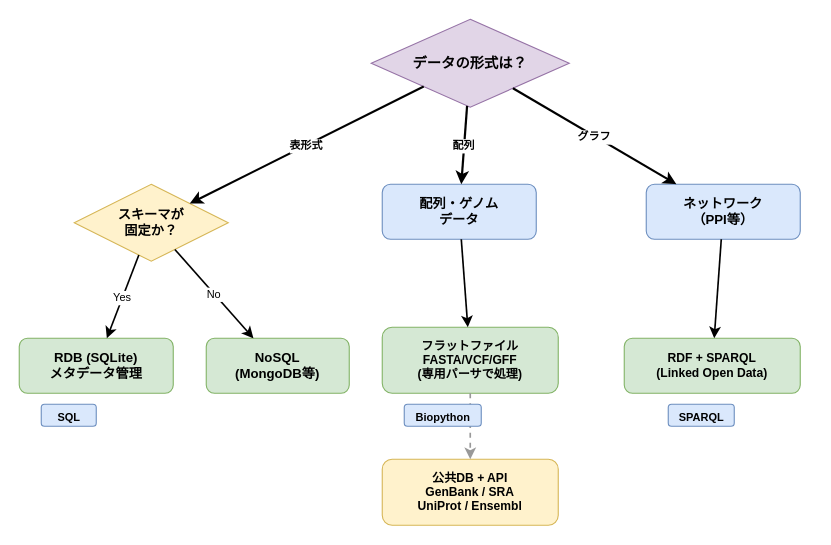
Earlier version of the draw.io diagram figures/drawio-src/ch19_db_selection.drawio (dritoshi/ai-biocode-kata). Source tidied: cells renumbered, new cells numbered last; positions are measured from the earlier drawing's top-left corner, leaving out a move shared by most shapes. Both pictures are drawn from the tidied source at 110%, with x=0, y=0 at pixel (19, 19).
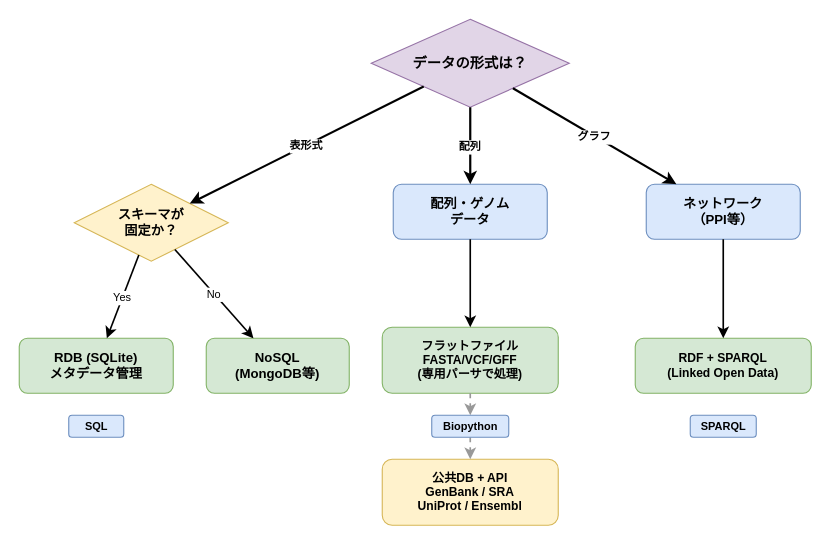
The same page after the edit.

Commit message (it also covers changes not shown here):
ch19 DB選択フローチャートのPNGを追加

drawioファイルをIDを数値に修正して再生成し、PNG変換に成功

The change refers to these unchanged cells:
```xml
<mxCell id="8" value="フラットファイル&#10;FASTA/VCF/GFF&#10;(専用パーサで処理)" style="rounded=1;whiteSpace=wrap;html=1;fontSize=11;fillColor=#d5e8d4;strokeColor=#82b366;fontStyle=1;" parent="1" vertex="1">
  <mxGeometry x="330" y="280" width="160" height="60" as="geometry" />
</mxCell>
<mxCell id="9" value="公共DB + API&#10;GenBank / SRA&#10;UniProt / Ensembl" style="rounded=1;whiteSpace=wrap;html=1;fontSize=11;fillColor=#fff2cc;strokeColor=#d6b656;fontStyle=1;" parent="1" vertex="1">
  <mxGeometry x="330" y="400" width="160" height="60" as="geometry" />
</mxCell>
```

Diff of the diagram source:
```diff
@@
     <mxCell id="4" value="配列・ゲノム&#10;データ" style="rounded=1;whiteSpace=wrap;html=1;fontSize=12;fillColor=#dae8fc;strokeColor=#6c8ebf;fontStyle=1;" parent="1" vertex="1">
-      <mxGeometry x="330" y="150" width="140" height="50" as="geometry" />
+      <mxGeometry x="340" y="150" width="140" height="50" as="geometry" />
     </mxCell>
@@
     <mxCell id="10" value="RDF + SPARQL&#10;(Linked Open Data)" style="rounded=1;whiteSpace=wrap;html=1;fontSize=11;fillColor=#d5e8d4;strokeColor=#82b366;fontStyle=1;" parent="1" vertex="1">
-      <mxGeometry x="550" y="290" width="160" height="50" as="geometry" />
+      <mxGeometry x="560" y="290" width="160" height="50" as="geometry" />
     </mxCell>
@@
-    <mxCell id="17" style="strokeWidth=1.5;dashed=1;strokeColor=#999999;" parent="1" edge="1" source="8" target="9">
-      <mxGeometry relative="1" as="geometry" />
-    </mxCell>
+    <mxCell id="22" style="strokeWidth=1.5;dashed=1;strokeColor=#999999;" parent="1" edge="1" source="20" target="9">
+      <mxGeometry relative="1" as="geometry" />
+    </mxCell>
@@
-    <mxCell id="19" value="SQL" style="text;html=1;fontSize=10;align=center;fillColor=#dae8fc;strokeColor=#6c8ebf;rounded=1;fontStyle=1;" parent="1" vertex="1">
-      <mxGeometry x="20" y="350" width="50" height="20" as="geometry" />
+    <mxCell id="19" value="SQL" style="text;html=1;fontSize=10;align=center;fillColor=#dae8fc;strokeColor=#6c8ebf;rounded=1;fontStyle=1;verticalAlign=middle;" parent="1" vertex="1">
+      <mxGeometry x="45" y="360" width="50" height="20" as="geometry" />
     </mxCell>
+    <mxCell id="21" value="SPARQL" style="text;html=1;fontSize=10;align=center;fillColor=#dae8fc;strokeColor=#6c8ebf;rounded=1;fontStyle=1;verticalAlign=middle;" parent="1" vertex="1">
+      <mxGeometry x="610" y="360" width="60" height="20" as="geometry" />
+    </mxCell>
+    <mxCell id="23" style="strokeWidth=1.5;dashed=1;strokeColor=#999999;" parent="1" edge="1" source="8" target="20">
+      <mxGeometry relative="1" as="geometry" />
+    </mxCell>
-    <mxCell id="20" value="Biopython" style="text;html=1;fontSize=10;align=center;fillColor=#dae8fc;strokeColor=#6c8ebf;rounded=1;fontStyle=1;" parent="1" vertex="1">
-      <mxGeometry x="350" y="350" width="70" height="20" as="geometry" />
+    <mxCell id="20" value="Biopython" style="text;html=1;fontSize=10;align=center;fillColor=#dae8fc;strokeColor=#6c8ebf;rounded=1;fontStyle=1;verticalAlign=middle;" parent="1" vertex="1">
+      <mxGeometry x="375" y="360" width="70" height="20" as="geometry" />
     </mxCell>
-    <mxCell id="21" value="SPARQL" style="text;html=1;fontSize=10;align=center;fillColor=#dae8fc;strokeColor=#6c8ebf;rounded=1;fontStyle=1;" parent="1" vertex="1">
-      <mxGeometry x="590" y="350" width="60" height="20" as="geometry" />
-    </mxCell>
```
